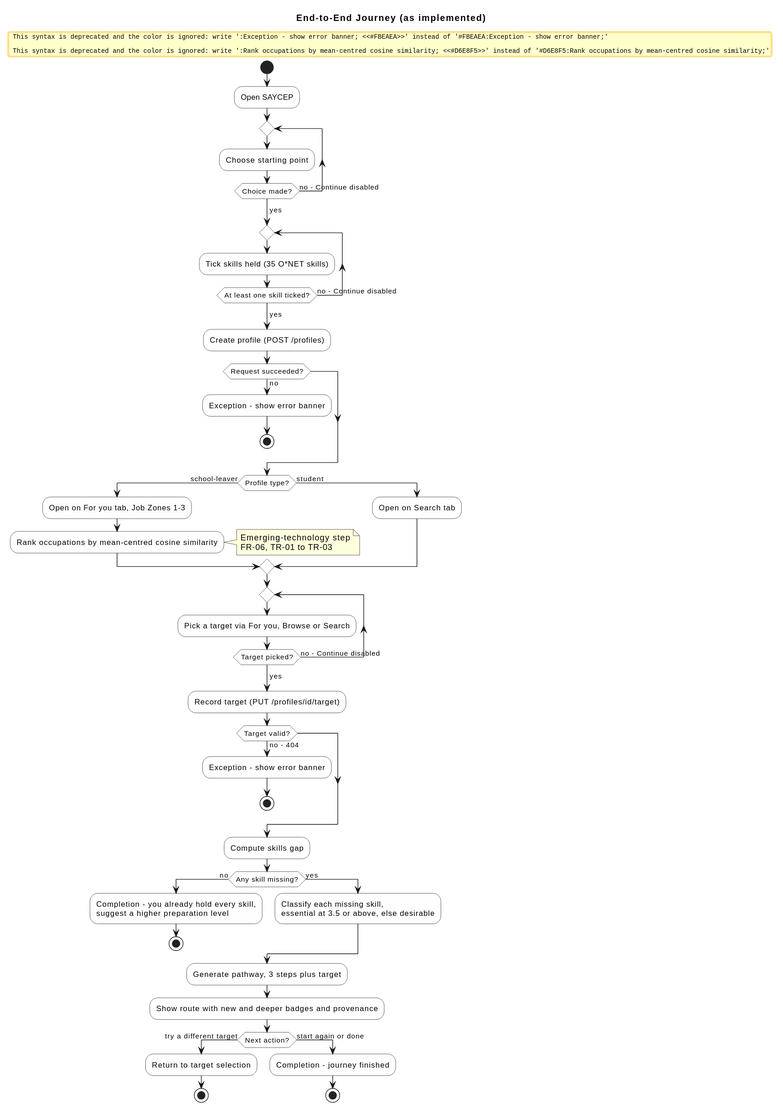
ShogunLSG/SAYCEP keeps this PlantUML diagram as docs/uml/a3/05-activity.svg. Above is the earlier version. Source of this version:
```plantuml
@startuml
title End-to-End Journey (as implemented)
skinparam ActivityBackgroundColor #FEFEFE

start
:Open SAYCEP;
repeat
  :Choose starting point;
repeat while (Choice made?) is (no - Continue disabled)
-> yes;
repeat
  :Tick skills held (35 O*NET skills);
repeat while (At least one skill ticked?) is (no - Continue disabled)
-> yes;
:Create profile (POST /profiles);
if (Request succeeded?) then (no)
  #FBEAEA:Exception - show error banner;
  stop
endif

if (Profile type?) then (school-leaver)
  :Open on For you tab, Job Zones 1-3;
  #D6E8F5:Rank occupations by mean-centred cosine similarity;
  note right
    Emerging-technology step
    FR-06, TR-01 to TR-03
  end note
else (student)
  :Open on Search tab;
endif

repeat
  :Pick a target via For you, Browse or Search;
repeat while (Target picked?) is (no - Continue disabled)
-> yes;
:Record target (PUT /profiles/id/target);
if (Target valid?) then (no - 404)
  #FBEAEA:Exception - show error banner;
  stop
endif

:Compute skills gap;
if (Any skill missing?) then (no)
  :Completion - you already hold every skill,
  suggest a higher preparation level;
  stop
else (yes)
  :Classify each missing skill,
  essential at 3.5 or above, else desirable;
endif

:Generate pathway, 3 steps plus target;
:Show route with new and deeper badges and provenance;
if (Next action?) then (try a different target)
  :Return to target selection;
  stop
else (start again or done)
  :Completion - journey finished;
  stop
endif
@enduml
```
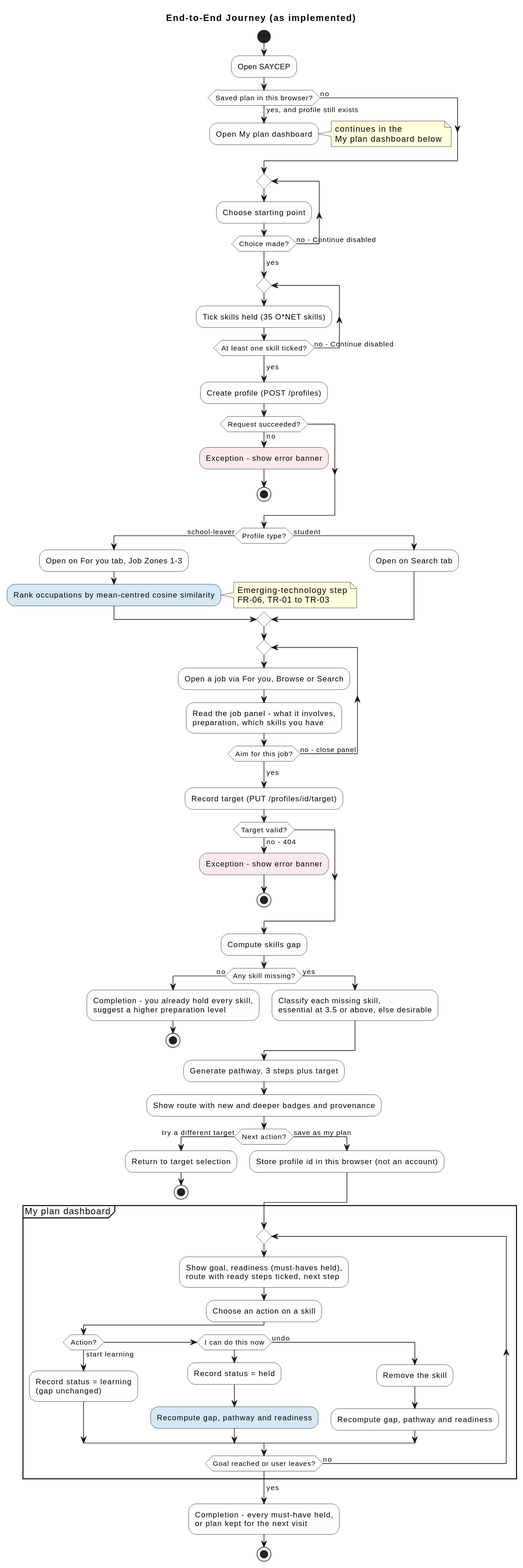
After the change.

Diff of the diagram source:
```diff
@@ -4,6 +4,12 @@
 
 start
 :Open SAYCEP;
+if (Saved plan in this browser?) then (yes, and profile still exists)
+  :Open My plan dashboard;
+  note right: continues in the\nMy plan dashboard below
+  detach
+else (no)
+endif
 repeat
   :Choose starting point;
 repeat while (Choice made?) is (no - Continue disabled)
@@ -30,8 +36,10 @@
 endif
 
 repeat
-  :Pick a target via For you, Browse or Search;
-repeat while (Target picked?) is (no - Continue disabled)
+  :Open a job via For you, Browse or Search;
+  :Read the job panel - what it involves,
+  preparation, which skills you have;
+repeat while (Aim for this job?) is (no - close panel)
 -> yes;
 :Record target (PUT /profiles/id/target);
 if (Target valid?) then (no - 404)
@@ -54,8 +62,29 @@
 if (Next action?) then (try a different target)
   :Return to target selection;
   stop
-else (start again or done)
-  :Completion - journey finished;
-  stop
+else (save as my plan)
+  :Store profile id in this browser (not an account);
 endif
+
+partition "My plan dashboard" {
+  repeat
+    :Show goal, readiness (must-haves held),
+    route with ready steps ticked, next step;
+    :Choose an action on a skill;
+    if (Action?) then (start learning)
+      :Record status = learning
+      (gap unchanged);
+    elseif (I can do this now) then
+      :Record status = held;
+      #D6E8F5:Recompute gap, pathway and readiness;
+    else (undo)
+      :Remove the skill;
+      :Recompute gap, pathway and readiness;
+    endif
+  repeat while (Goal reached or user leaves?) is (no)
+  -> yes;
+}
+:Completion - every must-have held,
+or plan kept for the next visit;
+stop
 @enduml
```
